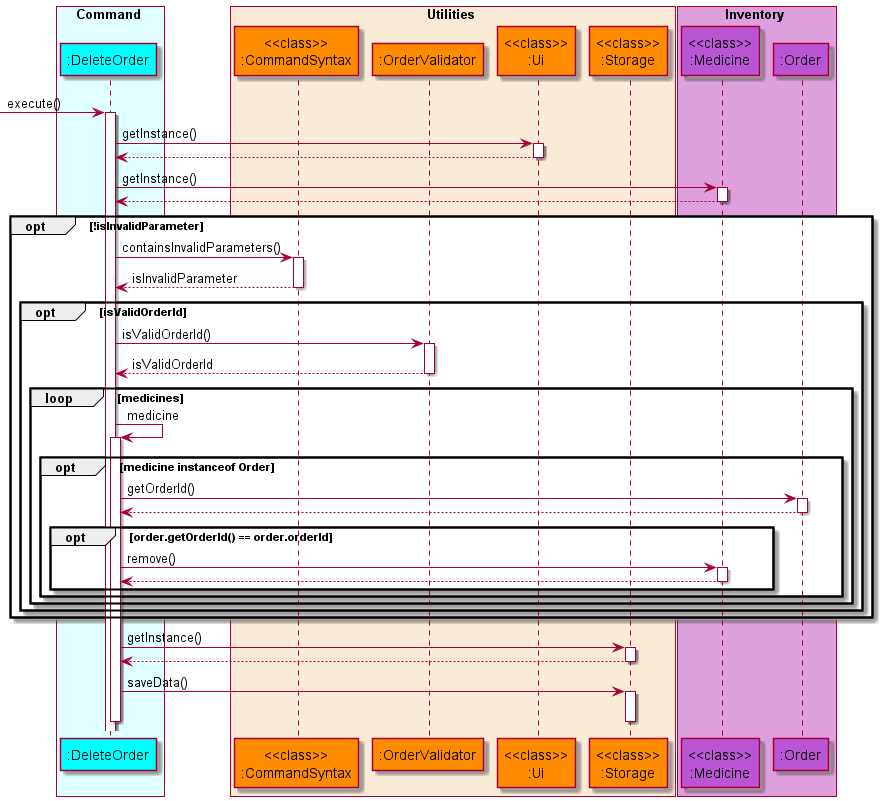
The PlantUML diagram docs/diagrams/diagram_images/DeleteOrderSequenceDiagram.png in nus-cs2113-AY2122S1/tp, before a commit.
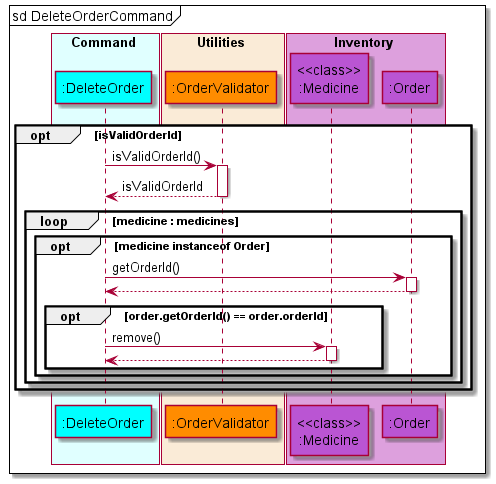
After the commit.

Diff of the diagram source:
```diff
@@ -7,10 +7,7 @@
 end box
 
 box Utilities COLOR_UTILITIES_BOX
-    participant "<<class>>\n:CommandSyntax" as commandsyntax COLOR_UTILITIES
     participant ":OrderValidator" as ordervalidator COLOR_UTILITIES
-    participant "<<class>>\n:Ui" as ui COLOR_UTILITIES
-    participant "<<class>>\n:Storage" as storage COLOR_UTILITIES
 end box
 
 box Inventory COLOR_INVENTORY_BOX
@@ -19,21 +16,14 @@
 end box
 autoactivate on
 
--> deleteorder: execute()
-   deleteorder -> ui: getInstance()
-   deleteorder <-- ui
-   deleteorder -> medicine : getInstance()
-   deleteorder <-- medicine
-
-opt !isInvalidParameter
-deleteorder -> commandsyntax : containsInvalidParameters()
-deleteorder <-- commandsyntax : isInvalidParameter
+mainframe sd DeleteOrderCommand
     opt isValidOrderId
     deleteorder -> ordervalidator : isValidOrderId()
     deleteorder <-- ordervalidator : isValidOrderId
-    loop medicines
-        deleteorder -> deleteorder : medicine
-        opt medicine instanceof Order
+    loop medicine : medicines
+    opt medicine instanceof Order
+
+
             deleteorder -> order : getOrderId()
             deleteorder <-- order
             opt order.getOrderId() == order.orderId
@@ -41,15 +31,10 @@
                 deleteorder <-- medicine :
             end
         end
-
     end
     end
-end
 
-    deleteorder -> storage: getInstance()
-    deleteorder <-- storage
-    deleteorder -> storage: saveData()
-    deactivate storage
+
     deactivate deleteorder
 
 @enduml
```
